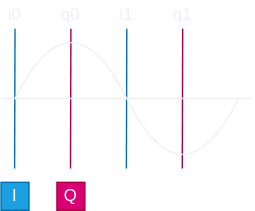
Before: figures/iq_0.drawio.svg, a diagram exported from draw.io (perlindgren/iq-sample). Source tidied: cells renumbered, new cells last; positions are measured from the earlier drawing's top-left corner, leaving out a move shared by most shapes.
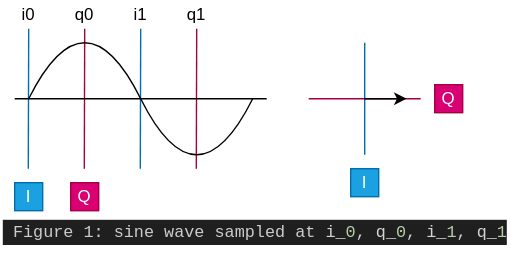
After the commit.

Change to the diagram source:
```diff
@@ -60,5 +60,32 @@
         <mxPoint x="180" y="80" as="targetPoint" />
       </mxGeometry>
     </mxCell>
+    <mxCell id="14" style="endArrow=none;html=1;rounded=0;fillColor=#1ba1e2;strokeColor=#006EAF;" parent="1" edge="1">
+      <mxGeometry relative="1" as="geometry">
+        <mxPoint x="250" y="120" as="sourcePoint" />
+        <mxPoint x="250" y="40" as="targetPoint" />
+      </mxGeometry>
+    </mxCell>
+    <mxCell id="15" value="Q" style="text;html=1;align=center;verticalAlign=middle;whiteSpace=wrap;rounded=0;fillColor=#d80073;fontColor=#ffffff;strokeColor=#A50040;" parent="1" vertex="1">
+      <mxGeometry x="300" y="70" width="20" height="20" as="geometry" />
+    </mxCell>
+    <mxCell id="16" style="endArrow=none;html=1;rounded=0;fillColor=#d80073;strokeColor=#A50040;" parent="1" edge="1">
+      <mxGeometry relative="1" as="geometry">
+        <mxPoint x="210" y="80" as="sourcePoint" />
+        <mxPoint x="290" y="80" as="targetPoint" />
+      </mxGeometry>
+    </mxCell>
+    <mxCell id="17" value="I" style="text;html=1;align=center;verticalAlign=middle;whiteSpace=wrap;rounded=0;fillColor=#1ba1e2;fontColor=#ffffff;strokeColor=#006EAF;" parent="1" vertex="1">
+      <mxGeometry x="240" y="130" width="20" height="20" as="geometry" />
+    </mxCell>
+    <mxCell id="18" style="endArrow=classic;html=1;rounded=0;" parent="1" edge="1">
+      <mxGeometry relative="1" as="geometry">
+        <mxPoint x="249.7" y="80" as="sourcePoint" />
+        <mxPoint x="280" y="80" as="targetPoint" />
+      </mxGeometry>
+    </mxCell>
+    <mxCell id="19" value="&lt;div style=&quot;color: rgb(204, 204, 204); background-color: rgb(31, 31, 31); font-family: Menlo, Monaco, &amp;quot;Courier New&amp;quot;, monospace; font-weight: normal; font-size: 12px; line-height: 18px; white-space: pre;&quot;&gt;&lt;div&gt;&lt;span style=&quot;color: rgb(204, 204, 204);&quot;&gt; Figure 1: sine wave sampled at &lt;/span&gt;&lt;span style=&quot;color: rgb(212, 212, 212);&quot;&gt;i_&lt;/span&gt;&lt;span style=&quot;color: rgb(181, 206, 168);&quot;&gt;0&lt;/span&gt;&lt;span style=&quot;color: rgb(204, 204, 204);&quot;&gt;, &lt;/span&gt;&lt;span style=&quot;color: rgb(212, 212, 212);&quot;&gt;q_&lt;/span&gt;&lt;span style=&quot;color: rgb(181, 206, 168);&quot;&gt;0&lt;/span&gt;&lt;span style=&quot;color: rgb(204, 204, 204);&quot;&gt;, &lt;/span&gt;&lt;span style=&quot;color: rgb(212, 212, 212);&quot;&gt;i_&lt;/span&gt;&lt;span style=&quot;color: rgb(181, 206, 168);&quot;&gt;1&lt;/span&gt;&lt;span style=&quot;color: rgb(204, 204, 204);&quot;&gt;, &lt;/span&gt;&lt;span style=&quot;color: rgb(212, 212, 212);&quot;&gt;q_&lt;/span&gt;&lt;span style=&quot;color: rgb(181, 206, 168);&quot;&gt;1&lt;/span&gt;&lt;/div&gt;&lt;/div&gt;" style="text;whiteSpace=wrap;html=1;" parent="1" vertex="1">
+      <mxGeometry x="-10" y="160" width="365" height="40" as="geometry" />
+    </mxCell>
   </root>
 </mxGraphModel>
```
